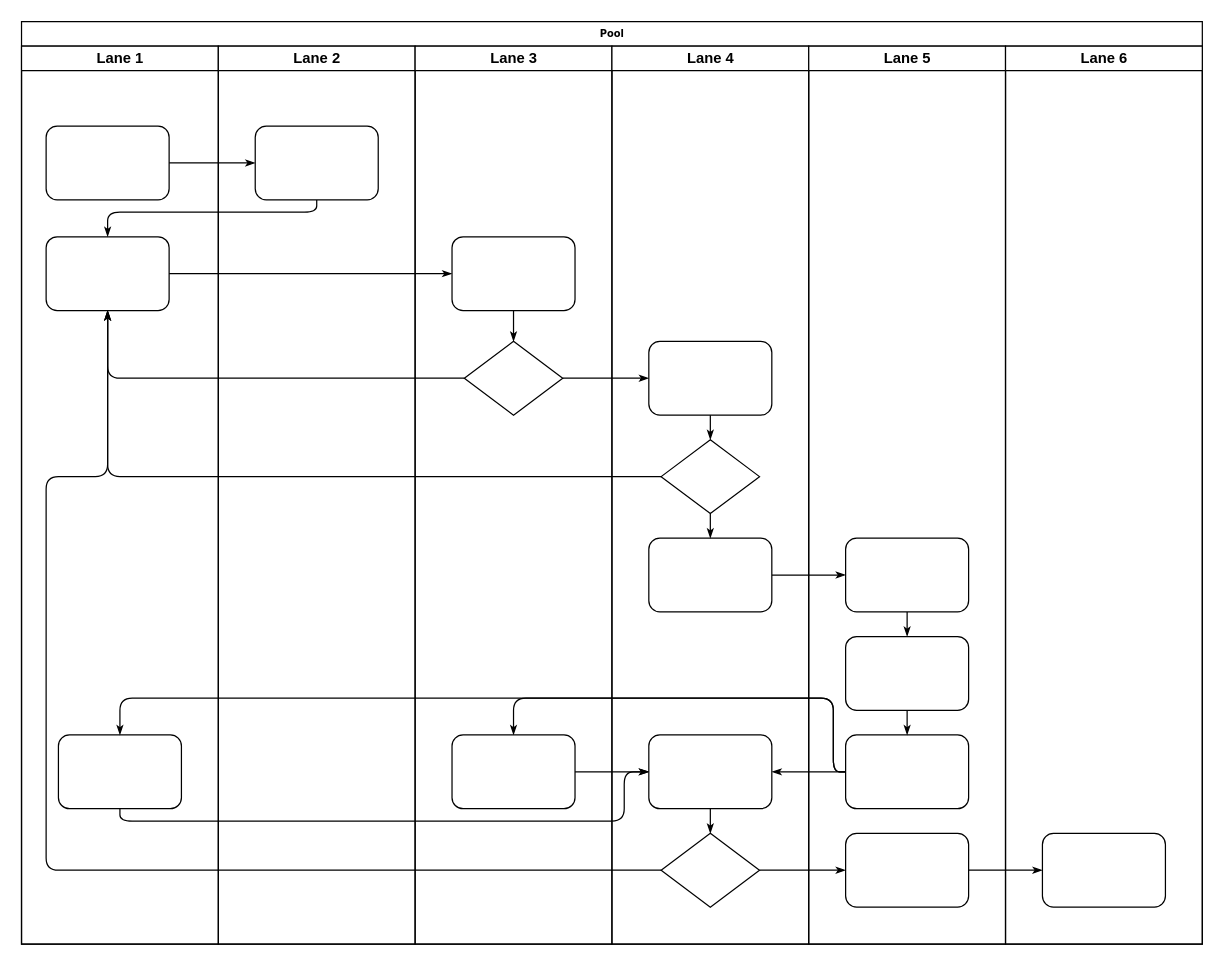
longwoqiankun/drawio keeps this draw.io diagram as 未命名绘图.drawio. Above is the earlier version. Source tidied: cells renumbered, new cells numbered last; positions are measured from the earlier drawing's top-left corner, leaving out a move shared by most shapes. Both pictures are drawn from the tidied source at 123%, with x=0, y=0 at pixel (21, 21).
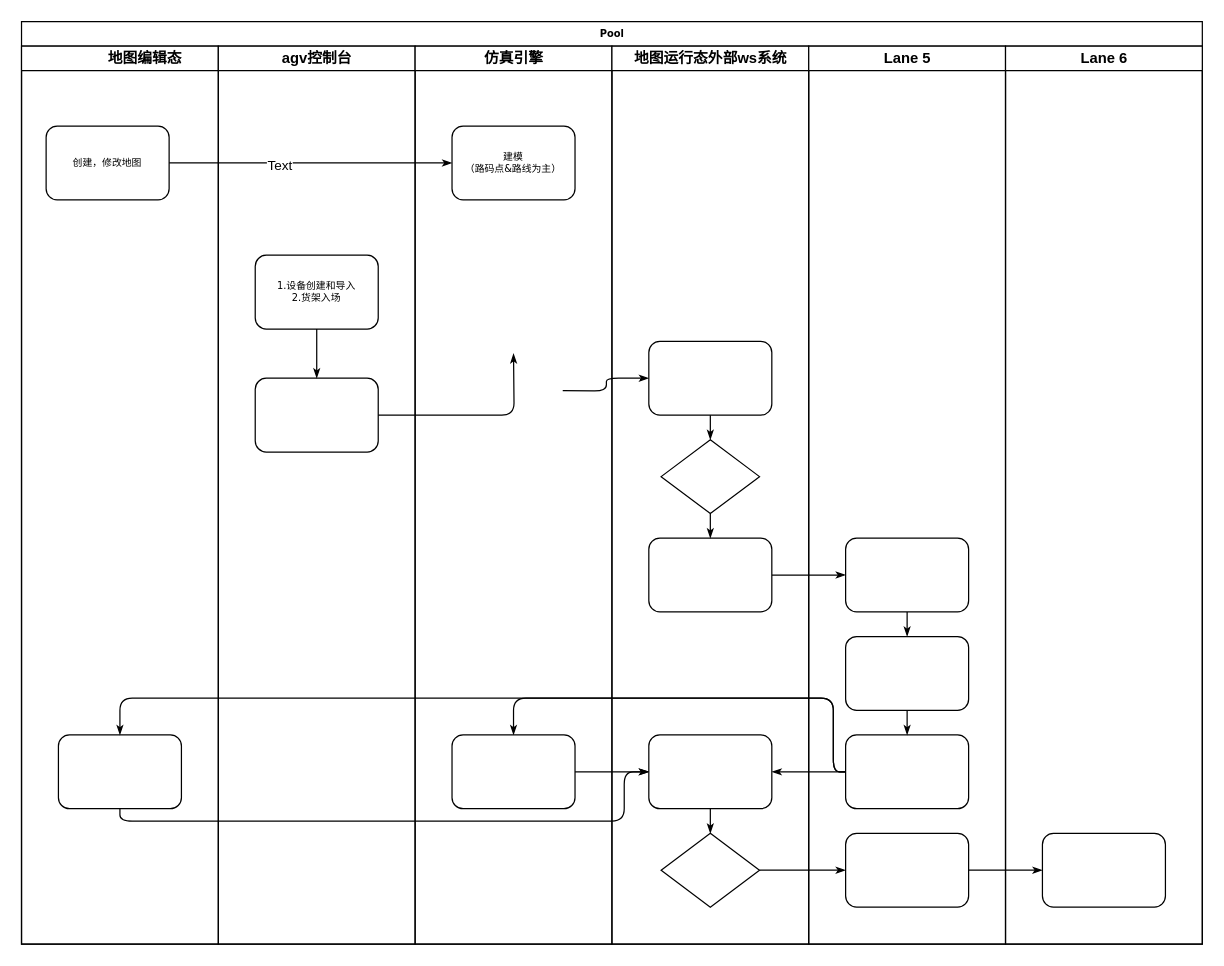
The same page after the edit.

Commit message:
仿真调试功能.drawio

Unchanged cells that the change refers to:
```xml
<mxCell id="2" value="Pool" style="swimlane;html=1;startSize=20;rounded=0;shadow=0;labelBackgroundColor=none;strokeWidth=1;fontFamily=Verdana;fontSize=8;align=center;" parent="1" vertex="1">
  <mxGeometry width="960" height="750" as="geometry" />
</mxCell>
<mxCell id="7" style="edgeStyle=orthogonalEdgeStyle;rounded=1;html=1;labelBackgroundColor=none;startArrow=none;startFill=0;startSize=5;endArrow=classicThin;endFill=1;endSize=5;jettySize=auto;strokeWidth=1;fontFamily=Verdana;fontSize=8;" parent="2" edge="1" source="4" target="23">
  <mxGeometry relative="1" as="geometry" />
</mxCell>
<mxCell id="30" style="rounded=1;whiteSpace=wrap;html=1;shadow=0;labelBackgroundColor=none;strokeWidth=1;fontFamily=Verdana;fontSize=8;align=center;" parent="29" vertex="1">
  <mxGeometry x="30" y="240" width="100" height="60" as="geometry" />
</mxCell>
<mxCell id="31" style="rhombus;whiteSpace=wrap;html=1;rounded=0;shadow=0;labelBackgroundColor=none;strokeWidth=1;fontFamily=Verdana;fontSize=8;align=center;" parent="29" vertex="1">
  <mxGeometry x="40" y="320" width="80" height="60" as="geometry" />
</mxCell>
<mxCell id="34" style="rhombus;whiteSpace=wrap;html=1;rounded=0;shadow=0;labelBackgroundColor=none;strokeWidth=1;fontFamily=Verdana;fontSize=8;align=center;" parent="29" vertex="1">
  <mxGeometry x="40" y="640" width="80" height="60" as="geometry" />
</mxCell>
```

What changed in the source:
```diff
@@
-    <mxCell id="3" value="Lane 1" style="swimlane;html=1;startSize=20;" parent="2" vertex="1">
+    <mxCell id="3" value="&lt;blockquote style=&quot;margin: 0 0 0 40px; border: none; padding: 0px;&quot;&gt;地图编辑态&lt;/blockquote&gt;" style="swimlane;html=1;startSize=20;" parent="2" vertex="1">
       <mxGeometry y="20" width="160" height="730" as="geometry" />
     </mxCell>
-    <mxCell id="4" style="rounded=1;whiteSpace=wrap;html=1;shadow=0;labelBackgroundColor=none;strokeWidth=1;fontFamily=Verdana;fontSize=8;align=center;" parent="3" vertex="1">
+    <mxCell id="4" value="创建，修改地图" style="rounded=1;whiteSpace=wrap;html=1;shadow=0;labelBackgroundColor=none;strokeWidth=1;fontFamily=Verdana;fontSize=8;align=center;" parent="3" vertex="1">
       <mxGeometry x="20" y="65" width="100" height="60" as="geometry" />
     </mxCell>
-    <mxCell id="5" style="rounded=1;whiteSpace=wrap;html=1;shadow=0;labelBackgroundColor=none;strokeWidth=1;fontFamily=Verdana;fontSize=8;align=center;" parent="3" vertex="1">
-      <mxGeometry x="20" y="155" width="100" height="60" as="geometry" />
-    </mxCell>
@@
-    <mxCell id="8" style="edgeStyle=orthogonalEdgeStyle;rounded=1;html=1;labelBackgroundColor=none;startArrow=none;startFill=0;startSize=5;endArrow=classicThin;endFill=1;endSize=5;jettySize=auto;strokeWidth=1;fontFamily=Verdana;fontSize=8;" parent="2" edge="1" source="23" target="5">
-      <mxGeometry relative="1" as="geometry">
-        <Array as="points">
-          <mxPoint x="240" y="155" />
-          <mxPoint x="70" y="155" />
-        </Array>
-      </mxGeometry>
-    </mxCell>
-    <mxCell id="9" style="edgeStyle=orthogonalEdgeStyle;rounded=1;html=1;labelBackgroundColor=none;startArrow=none;startFill=0;startSize=5;endArrow=classicThin;endFill=1;endSize=5;jettySize=auto;strokeWidth=1;fontFamily=Verdana;fontSize=8;" parent="2" edge="1" source="5" target="25">
-      <mxGeometry relative="1" as="geometry" />
-    </mxCell>
-    <mxCell id="10" style="edgeStyle=orthogonalEdgeStyle;rounded=1;html=1;labelBackgroundColor=none;startArrow=none;startFill=0;startSize=5;endArrow=classicThin;endFill=1;endSize=5;jettySize=auto;strokeWidth=1;fontFamily=Verdana;fontSize=8;" parent="2" edge="1" source="26" target="5">
-      <mxGeometry relative="1" as="geometry" />
-    </mxCell>
-    <mxCell id="11" style="edgeStyle=orthogonalEdgeStyle;rounded=1;html=1;labelBackgroundColor=none;startArrow=none;startFill=0;startSize=5;endArrow=classicThin;endFill=1;endSize=5;jettySize=auto;strokeWidth=1;fontFamily=Verdana;fontSize=8;" parent="2" edge="1" source="31" target="5">
-      <mxGeometry relative="1" as="geometry" />
-    </mxCell>
-    <mxCell id="12" style="edgeStyle=orthogonalEdgeStyle;rounded=1;html=1;labelBackgroundColor=none;startArrow=none;startFill=0;startSize=5;endArrow=classicThin;endFill=1;endSize=5;jettySize=auto;strokeWidth=1;fontFamily=Verdana;fontSize=8;" parent="2" edge="1" source="34" target="5">
-      <mxGeometry relative="1" as="geometry">
-        <Array as="points">
-          <mxPoint x="20" y="690" />
-          <mxPoint x="20" y="370" />
-          <mxPoint x="70" y="370" />
-        </Array>
-      </mxGeometry>
-    </mxCell>
+    <mxCell id="47" value="Text" style="edgeLabel;html=1;align=center;verticalAlign=middle;" parent="7" vertex="1">
+      <mxGeometry x="-0.23" y="-1" relative="1" as="geometry" />
+    </mxCell>
-    <mxCell id="13" style="edgeStyle=orthogonalEdgeStyle;rounded=1;html=1;labelBackgroundColor=none;startArrow=none;startFill=0;startSize=5;endArrow=classicThin;endFill=1;endSize=5;jettySize=auto;strokeWidth=1;fontFamily=Verdana;fontSize=8;" parent="2" edge="1" source="26" target="30">
-      <mxGeometry relative="1" as="geometry" />
+    <mxCell id="13" style="edgeStyle=orthogonalEdgeStyle;rounded=1;html=1;labelBackgroundColor=none;startArrow=none;startFill=0;startSize=5;endArrow=classicThin;endFill=1;endSize=5;jettySize=auto;strokeWidth=1;fontFamily=Verdana;fontSize=8;" parent="2" edge="1" target="30">
+      <mxGeometry relative="1" as="geometry">
+        <mxPoint x="440" y="300" as="sourcePoint" />
+      </mxGeometry>
     </mxCell>
@@
-    <mxCell id="22" value="Lane 2" style="swimlane;html=1;startSize=20;" parent="2" vertex="1">
+    <mxCell id="22" value="agv控制台" style="swimlane;html=1;startSize=20;" parent="2" vertex="1">
       <mxGeometry x="160" y="20" width="160" height="730" as="geometry" />
     </mxCell>
-    <mxCell id="23" style="rounded=1;whiteSpace=wrap;html=1;shadow=0;labelBackgroundColor=none;strokeWidth=1;fontFamily=Verdana;fontSize=8;align=center;" parent="22" vertex="1">
-      <mxGeometry x="30" y="65" width="100" height="60" as="geometry" />
-    </mxCell>
+    <mxCell id="5" value="1.设备创建和导入&lt;br&gt;2.货架入场&lt;br&gt;" style="rounded=1;whiteSpace=wrap;html=1;shadow=0;labelBackgroundColor=none;strokeWidth=1;fontFamily=Verdana;fontSize=8;align=center;" parent="22" vertex="1">
+      <mxGeometry x="30" y="170" width="100" height="60" as="geometry" />
+    </mxCell>
+    <mxCell id="25" style="rounded=1;whiteSpace=wrap;html=1;shadow=0;labelBackgroundColor=none;strokeWidth=1;fontFamily=Verdana;fontSize=8;align=center;" parent="22" vertex="1">
+      <mxGeometry x="30" y="270" width="100" height="60" as="geometry" />
+    </mxCell>
+    <mxCell id="9" style="edgeStyle=orthogonalEdgeStyle;rounded=1;html=1;labelBackgroundColor=none;startArrow=none;startFill=0;startSize=5;endArrow=classicThin;endFill=1;endSize=5;jettySize=auto;strokeWidth=1;fontFamily=Verdana;fontSize=8;" parent="22" edge="1" source="5" target="25">
+      <mxGeometry relative="1" as="geometry" />
+    </mxCell>
-    <mxCell id="24" value="Lane 3" style="swimlane;html=1;startSize=20;" parent="2" vertex="1">
+    <mxCell id="24" value="仿真引擎" style="swimlane;html=1;startSize=20;" parent="2" vertex="1">
       <mxGeometry x="320" y="20" width="160" height="730" as="geometry" />
     </mxCell>
-    <mxCell id="25" style="rounded=1;whiteSpace=wrap;html=1;shadow=0;labelBackgroundColor=none;strokeWidth=1;fontFamily=Verdana;fontSize=8;align=center;" parent="24" vertex="1">
-      <mxGeometry x="30" y="155" width="100" height="60" as="geometry" />
-    </mxCell>
-    <mxCell id="26" style="rhombus;whiteSpace=wrap;html=1;rounded=0;shadow=0;labelBackgroundColor=none;strokeWidth=1;fontFamily=Verdana;fontSize=8;align=center;" parent="24" vertex="1">
-      <mxGeometry x="40" y="240" width="80" height="60" as="geometry" />
-    </mxCell>
@@
-    <mxCell id="28" style="edgeStyle=orthogonalEdgeStyle;rounded=1;html=1;labelBackgroundColor=none;startArrow=none;startFill=0;startSize=5;endArrow=classicThin;endFill=1;endSize=5;jettySize=auto;strokeWidth=1;fontFamily=Verdana;fontSize=8;" parent="24" edge="1" source="25" target="26">
-      <mxGeometry relative="1" as="geometry" />
+    <mxCell id="28" style="edgeStyle=orthogonalEdgeStyle;rounded=1;html=1;labelBackgroundColor=none;startArrow=none;startFill=0;startSize=5;endArrow=classicThin;endFill=1;endSize=5;jettySize=auto;strokeWidth=1;fontFamily=Verdana;fontSize=8;" parent="24" edge="1" source="25">
+      <mxGeometry relative="1" as="geometry">
+        <mxPoint x="80" y="250" as="targetPoint" />
+      </mxGeometry>
     </mxCell>
+    <mxCell id="23" value="建模&lt;br&gt;（路码点&amp;amp;路线为主）" style="rounded=1;whiteSpace=wrap;html=1;shadow=0;labelBackgroundColor=none;strokeWidth=1;fontFamily=Verdana;fontSize=8;align=center;" parent="24" vertex="1">
+      <mxGeometry x="30" y="65" width="100" height="60" as="geometry" />
+    </mxCell>
-    <mxCell id="29" value="Lane 4" style="swimlane;html=1;startSize=20;" parent="2" vertex="1">
+    <mxCell id="29" value="地图运行态外部ws系统" style="swimlane;html=1;startSize=20;" parent="2" vertex="1">
       <mxGeometry x="480" y="20" width="160" height="730" as="geometry" />
     </mxCell>
```
